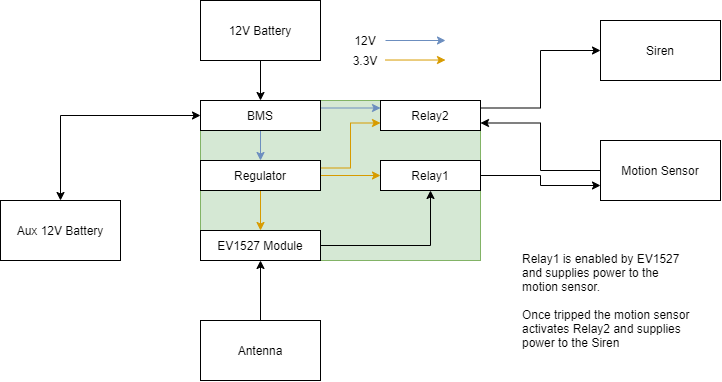
The draw.io diagram fbd/EV1527.png in runbren/keyless-security, before a commit. Source tidied: cells renumbered, new cells last; positions are measured from the earlier drawing's top-left corner, leaving out a move shared by most shapes. The source it was exported from:
```xml
<mxGraphModel>
  <root>
    <mxCell id="0" />
    <mxCell id="1" parent="0" />
    <mxCell id="2" value="Siren" style="rounded=0;whiteSpace=wrap;html=1;" parent="1" vertex="1">
      <mxGeometry x="600" y="20" width="120" height="60" as="geometry" />
    </mxCell>
    <mxCell id="3" style="edgeStyle=orthogonalEdgeStyle;rounded=0;jettySize=auto;html=1;exitX=0.5;exitY=1;exitDx=0;exitDy=0;entryX=0.5;entryY=0;entryDx=0;entryDy=0;startArrow=none;startFill=0;endArrow=classic;endFill=1;" parent="1" edge="1" source="4" target="10">
      <mxGeometry relative="1" as="geometry" />
    </mxCell>
    <mxCell id="4" value="12V Battery" style="rounded=0;whiteSpace=wrap;html=1;" parent="1" vertex="1">
      <mxGeometry x="200" width="120" height="60" as="geometry" />
    </mxCell>
    <mxCell id="5" value="Aux 12V Battery" style="rounded=0;whiteSpace=wrap;html=1;" parent="1" vertex="1">
      <mxGeometry y="200" width="120" height="60" as="geometry" />
    </mxCell>
    <mxCell id="6" style="group;" parent="1" vertex="1">
      <mxGeometry x="200" y="100" width="280" height="160" as="geometry" />
    </mxCell>
    <mxCell id="7" style="rounded=0;whiteSpace=wrap;html=1;fillColor=#d5e8d4;strokeColor=#82b366;" parent="6" vertex="1">
      <mxGeometry width="280" height="160" as="geometry" />
    </mxCell>
    <mxCell id="8" style="edgeStyle=orthogonalEdgeStyle;rounded=0;jettySize=auto;html=1;exitX=1;exitY=0.25;exitDx=0;exitDy=0;entryX=0;entryY=0.25;entryDx=0;entryDy=0;startArrow=none;startFill=0;endArrow=classic;endFill=1;fillColor=#dae8fc;strokeColor=#6c8ebf;" parent="6" edge="1" source="10" target="12">
      <mxGeometry relative="1" as="geometry" />
    </mxCell>
    <mxCell id="9" style="edgeStyle=orthogonalEdgeStyle;rounded=0;jettySize=auto;html=1;exitX=0.5;exitY=1;exitDx=0;exitDy=0;entryX=0.5;entryY=0;entryDx=0;entryDy=0;startArrow=none;startFill=0;endArrow=classic;endFill=1;fillColor=#dae8fc;strokeColor=#6c8ebf;" parent="6" edge="1" source="10" target="18">
      <mxGeometry relative="1" as="geometry" />
    </mxCell>
    <mxCell id="10" value="BMS" style="rounded=0;whiteSpace=wrap;html=1;" parent="6" vertex="1">
      <mxGeometry width="120" height="30" as="geometry" />
    </mxCell>
    <mxCell id="11" value="Relay1" style="rounded=0;whiteSpace=wrap;html=1;" parent="6" vertex="1">
      <mxGeometry x="180" y="60" width="100" height="30" as="geometry" />
    </mxCell>
    <mxCell id="12" value="Relay2" style="rounded=0;whiteSpace=wrap;html=1;" parent="6" vertex="1">
      <mxGeometry x="180" width="100" height="30" as="geometry" />
    </mxCell>
    <mxCell id="13" style="edgeStyle=orthogonalEdgeStyle;rounded=0;jettySize=auto;html=1;exitX=1;exitY=0.5;exitDx=0;exitDy=0;entryX=0.5;entryY=1;entryDx=0;entryDy=0;startArrow=none;startFill=0;endArrow=classic;endFill=1;" parent="6" edge="1" source="14" target="11">
      <mxGeometry relative="1" as="geometry" />
    </mxCell>
    <mxCell id="14" value="EV1527 Module" style="rounded=0;whiteSpace=wrap;html=1;" parent="6" vertex="1">
      <mxGeometry y="130" width="120" height="30" as="geometry" />
    </mxCell>
    <mxCell id="15" style="edgeStyle=orthogonalEdgeStyle;rounded=0;jettySize=auto;html=1;exitX=1;exitY=0.25;exitDx=0;exitDy=0;entryX=0;entryY=0.75;entryDx=0;entryDy=0;startArrow=none;startFill=0;endArrow=classic;endFill=1;fillColor=#ffe6cc;strokeColor=#d79b00;" parent="6" edge="1" source="18" target="12">
      <mxGeometry relative="1" as="geometry" />
    </mxCell>
    <mxCell id="16" style="edgeStyle=orthogonalEdgeStyle;rounded=0;jettySize=auto;html=1;exitX=1;exitY=0.5;exitDx=0;exitDy=0;entryX=0;entryY=0.5;entryDx=0;entryDy=0;startArrow=none;startFill=0;endArrow=classic;endFill=1;fillColor=#ffe6cc;strokeColor=#d79b00;" parent="6" edge="1" source="18" target="11">
      <mxGeometry relative="1" as="geometry" />
    </mxCell>
    <mxCell id="17" style="edgeStyle=orthogonalEdgeStyle;rounded=0;jettySize=auto;html=1;exitX=0.5;exitY=1;exitDx=0;exitDy=0;entryX=0.5;entryY=0;entryDx=0;entryDy=0;startArrow=none;startFill=0;endArrow=classic;endFill=1;fillColor=#ffe6cc;strokeColor=#d79b00;" parent="6" edge="1" source="18" target="14">
      <mxGeometry relative="1" as="geometry" />
    </mxCell>
    <mxCell id="18" value="Regulator" style="rounded=0;whiteSpace=wrap;html=1;" parent="6" vertex="1">
      <mxGeometry y="60" width="120" height="30" as="geometry" />
    </mxCell>
    <mxCell id="19" value="Antenna" style="rounded=0;whiteSpace=wrap;html=1;" parent="1" vertex="1">
      <mxGeometry x="200" y="320" width="120" height="60" as="geometry" />
    </mxCell>
    <mxCell id="20" style="edgeStyle=orthogonalEdgeStyle;rounded=0;jettySize=auto;html=1;exitX=0.5;exitY=1;exitDx=0;exitDy=0;entryX=0.5;entryY=0;entryDx=0;entryDy=0;endArrow=none;endFill=0;startArrow=classic;startFill=1;" parent="1" edge="1" source="14" target="19">
      <mxGeometry relative="1" as="geometry" />
    </mxCell>
    <mxCell id="21" style="edgeStyle=orthogonalEdgeStyle;rounded=0;jettySize=auto;html=1;exitX=0;exitY=0.5;exitDx=0;exitDy=0;entryX=1;entryY=0.75;entryDx=0;entryDy=0;startArrow=none;startFill=0;endArrow=classic;endFill=1;" parent="1" edge="1" source="22" target="12">
      <mxGeometry relative="1" as="geometry" />
    </mxCell>
    <mxCell id="22" value="Motion Sensor" style="rounded=0;whiteSpace=wrap;html=1;" parent="1" vertex="1">
      <mxGeometry x="600" y="140" width="120" height="60" as="geometry" />
    </mxCell>
    <mxCell id="23" style="edgeStyle=orthogonalEdgeStyle;rounded=0;jettySize=auto;html=1;exitX=0;exitY=0.5;exitDx=0;exitDy=0;entryX=0.5;entryY=0;entryDx=0;entryDy=0;startArrow=classic;startFill=1;endArrow=classic;endFill=1;" parent="1" edge="1" source="10" target="5">
      <mxGeometry relative="1" as="geometry" />
    </mxCell>
    <mxCell id="24" style="edgeStyle=orthogonalEdgeStyle;rounded=0;jettySize=auto;html=1;exitX=1;exitY=0.25;exitDx=0;exitDy=0;entryX=0;entryY=0.5;entryDx=0;entryDy=0;startArrow=none;startFill=0;endArrow=classic;endFill=1;" parent="1" edge="1" source="12" target="2">
      <mxGeometry relative="1" as="geometry" />
    </mxCell>
    <mxCell id="25" style="edgeStyle=orthogonalEdgeStyle;rounded=0;jettySize=auto;html=1;exitX=1;exitY=0.5;exitDx=0;exitDy=0;entryX=0;entryY=0.75;entryDx=0;entryDy=0;startArrow=none;startFill=0;endArrow=classic;endFill=1;" parent="1" edge="1" source="11" target="22">
      <mxGeometry relative="1" as="geometry" />
    </mxCell>
    <mxCell id="26" value="Relay1 is enabled by EV1527 and supplies power to the motion sensor.&lt;br&gt;&lt;br&gt;Once tripped the motion sensor activates Relay2 and supplies power to the Siren" style="text;html=1;strokeColor=none;fillColor=none;align=left;verticalAlign=middle;whiteSpace=wrap;rounded=0;" parent="1" vertex="1">
      <mxGeometry x="520" y="250" width="170" height="100" as="geometry" />
    </mxCell>
    <mxCell id="27" style="edgeStyle=orthogonalEdgeStyle;rounded=0;orthogonalLoop=1;jettySize=auto;html=1;exitX=1;exitY=0.25;exitDx=0;exitDy=0;entryX=0;entryY=0.25;entryDx=0;entryDy=0;startArrow=none;startFill=0;endArrow=classic;endFill=1;fillColor=#dae8fc;strokeColor=#6c8ebf;" parent="1" edge="1">
      <mxGeometry relative="1" as="geometry">
        <mxPoint x="385" y="40" as="sourcePoint" />
        <mxPoint x="445" y="40" as="targetPoint" />
      </mxGeometry>
    </mxCell>
    <mxCell id="28" style="edgeStyle=orthogonalEdgeStyle;rounded=0;orthogonalLoop=1;jettySize=auto;html=1;exitX=1;exitY=0.5;exitDx=0;exitDy=0;entryX=0;entryY=0.5;entryDx=0;entryDy=0;startArrow=none;startFill=0;endArrow=classic;endFill=1;fillColor=#ffe6cc;strokeColor=#d79b00;" parent="1" edge="1">
      <mxGeometry relative="1" as="geometry">
        <mxPoint x="385" y="59.5" as="sourcePoint" />
        <mxPoint x="445" y="59.5" as="targetPoint" />
      </mxGeometry>
    </mxCell>
    <mxCell id="29" value="12V" style="text;html=1;strokeColor=none;fillColor=none;align=center;verticalAlign=middle;whiteSpace=wrap;rounded=0;" parent="1" vertex="1">
      <mxGeometry x="345" y="30" width="40" height="20" as="geometry" />
    </mxCell>
    <mxCell id="30" value="3.3V" style="text;html=1;strokeColor=none;fillColor=none;align=center;verticalAlign=middle;whiteSpace=wrap;rounded=0;" parent="1" vertex="1">
      <mxGeometry x="345" y="50" width="40" height="20" as="geometry" />
    </mxCell>
  </root>
</mxGraphModel>
```
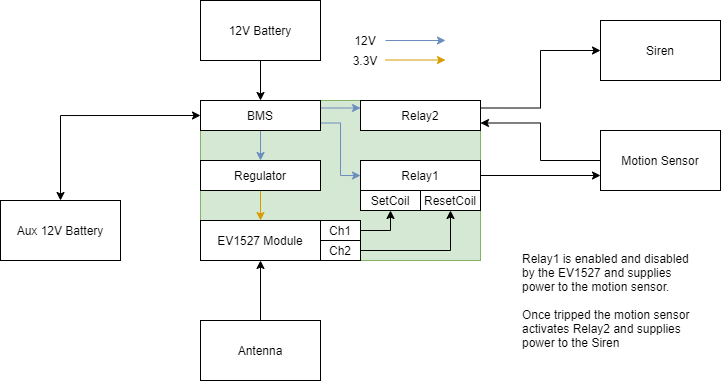
After the commit.

The edit, as a diff of the source:
```diff
@@ -26,33 +26,45 @@
     <mxCell id="9" style="edgeStyle=orthogonalEdgeStyle;rounded=0;jettySize=auto;html=1;exitX=0.5;exitY=1;exitDx=0;exitDy=0;entryX=0.5;entryY=0;entryDx=0;entryDy=0;startArrow=none;startFill=0;endArrow=classic;endFill=1;fillColor=#dae8fc;strokeColor=#6c8ebf;" parent="6" edge="1" source="10" target="18">
       <mxGeometry relative="1" as="geometry" />
     </mxCell>
+    <mxCell id="31" style="edgeStyle=orthogonalEdgeStyle;rounded=0;jettySize=auto;html=1;exitX=1;exitY=0.75;exitDx=0;exitDy=0;entryX=0;entryY=0.5;entryDx=0;entryDy=0;fillColor=#dae8fc;strokeColor=#6c8ebf;" parent="6" edge="1" source="10" target="11">
+      <mxGeometry relative="1" as="geometry" />
+    </mxCell>
     <mxCell id="10" value="BMS" style="rounded=0;whiteSpace=wrap;html=1;" parent="6" vertex="1">
       <mxGeometry width="120" height="30" as="geometry" />
     </mxCell>
     <mxCell id="11" value="Relay1" style="rounded=0;whiteSpace=wrap;html=1;" parent="6" vertex="1">
-      <mxGeometry x="180" y="60" width="100" height="30" as="geometry" />
+      <mxGeometry x="160" y="60" width="120" height="30" as="geometry" />
     </mxCell>
     <mxCell id="12" value="Relay2" style="rounded=0;whiteSpace=wrap;html=1;" parent="6" vertex="1">
-      <mxGeometry x="180" width="100" height="30" as="geometry" />
+      <mxGeometry x="160" width="120" height="30" as="geometry" />
     </mxCell>
-    <mxCell id="13" style="edgeStyle=orthogonalEdgeStyle;rounded=0;jettySize=auto;html=1;exitX=1;exitY=0.5;exitDx=0;exitDy=0;entryX=0.5;entryY=1;entryDx=0;entryDy=0;startArrow=none;startFill=0;endArrow=classic;endFill=1;" parent="6" edge="1" source="14" target="11">
+    <mxCell id="13" style="edgeStyle=orthogonalEdgeStyle;rounded=0;jettySize=auto;html=1;exitX=1;exitY=0.5;exitDx=0;exitDy=0;entryX=0.5;entryY=1;entryDx=0;entryDy=0;startArrow=none;startFill=0;endArrow=classic;endFill=1;" parent="6" edge="1" source="32" target="35">
       <mxGeometry relative="1" as="geometry" />
     </mxCell>
     <mxCell id="14" value="EV1527 Module" style="rounded=0;whiteSpace=wrap;html=1;" parent="6" vertex="1">
-      <mxGeometry y="130" width="120" height="30" as="geometry" />
+      <mxGeometry y="120" width="120" height="40" as="geometry" />
     </mxCell>
-    <mxCell id="15" style="edgeStyle=orthogonalEdgeStyle;rounded=0;jettySize=auto;html=1;exitX=1;exitY=0.25;exitDx=0;exitDy=0;entryX=0;entryY=0.75;entryDx=0;entryDy=0;startArrow=none;startFill=0;endArrow=classic;endFill=1;fillColor=#ffe6cc;strokeColor=#d79b00;" parent="6" edge="1" source="18" target="12">
-      <mxGeometry relative="1" as="geometry" />
-    </mxCell>
-    <mxCell id="16" style="edgeStyle=orthogonalEdgeStyle;rounded=0;jettySize=auto;html=1;exitX=1;exitY=0.5;exitDx=0;exitDy=0;entryX=0;entryY=0.5;entryDx=0;entryDy=0;startArrow=none;startFill=0;endArrow=classic;endFill=1;fillColor=#ffe6cc;strokeColor=#d79b00;" parent="6" edge="1" source="18" target="11">
-      <mxGeometry relative="1" as="geometry" />
-    </mxCell>
     <mxCell id="17" style="edgeStyle=orthogonalEdgeStyle;rounded=0;jettySize=auto;html=1;exitX=0.5;exitY=1;exitDx=0;exitDy=0;entryX=0.5;entryY=0;entryDx=0;entryDy=0;startArrow=none;startFill=0;endArrow=classic;endFill=1;fillColor=#ffe6cc;strokeColor=#d79b00;" parent="6" edge="1" source="18" target="14">
       <mxGeometry relative="1" as="geometry" />
     </mxCell>
     <mxCell id="18" value="Regulator" style="rounded=0;whiteSpace=wrap;html=1;" parent="6" vertex="1">
       <mxGeometry y="60" width="120" height="30" as="geometry" />
     </mxCell>
+    <mxCell id="32" value="Ch1" style="rounded=0;whiteSpace=wrap;html=1;" parent="6" vertex="1">
+      <mxGeometry x="120" y="120" width="40" height="20" as="geometry" />
+    </mxCell>
+    <mxCell id="33" style="edgeStyle=orthogonalEdgeStyle;rounded=0;jettySize=auto;html=1;exitX=1;exitY=0.5;exitDx=0;exitDy=0;entryX=0.5;entryY=1;entryDx=0;entryDy=0;" parent="6" edge="1" source="34" target="36">
+      <mxGeometry relative="1" as="geometry" />
+    </mxCell>
+    <mxCell id="34" value="Ch2" style="rounded=0;whiteSpace=wrap;html=1;" parent="6" vertex="1">
+      <mxGeometry x="120" y="140" width="40" height="20" as="geometry" />
+    </mxCell>
+    <mxCell id="35" value="SetCoil" style="rounded=0;whiteSpace=wrap;html=1;" parent="6" vertex="1">
+      <mxGeometry x="160" y="90" width="60" height="20" as="geometry" />
+    </mxCell>
+    <mxCell id="36" value="ResetCoil" style="rounded=0;whiteSpace=wrap;html=1;" parent="6" vertex="1">
+      <mxGeometry x="220" y="90" width="60" height="20" as="geometry" />
+    </mxCell>
     <mxCell id="19" value="Antenna" style="rounded=0;whiteSpace=wrap;html=1;" parent="1" vertex="1">
       <mxGeometry x="200" y="320" width="120" height="60" as="geometry" />
     </mxCell>
@@ -63,7 +75,7 @@
       <mxGeometry relative="1" as="geometry" />
     </mxCell>
     <mxCell id="22" value="Motion Sensor" style="rounded=0;whiteSpace=wrap;html=1;" parent="1" vertex="1">
-      <mxGeometry x="600" y="140" width="120" height="60" as="geometry" />
+      <mxGeometry x="600" y="130" width="120" height="60" as="geometry" />
     </mxCell>
     <mxCell id="23" style="edgeStyle=orthogonalEdgeStyle;rounded=0;jettySize=auto;html=1;exitX=0;exitY=0.5;exitDx=0;exitDy=0;entryX=0.5;entryY=0;entryDx=0;entryDy=0;startArrow=classic;startFill=1;endArrow=classic;endFill=1;" parent="1" edge="1" source="10" target="5">
       <mxGeometry relative="1" as="geometry" />
@@ -74,7 +86,7 @@
     <mxCell id="25" style="edgeStyle=orthogonalEdgeStyle;rounded=0;jettySize=auto;html=1;exitX=1;exitY=0.5;exitDx=0;exitDy=0;entryX=0;entryY=0.75;entryDx=0;entryDy=0;startArrow=none;startFill=0;endArrow=classic;endFill=1;" parent="1" edge="1" source="11" target="22">
       <mxGeometry relative="1" as="geometry" />
     </mxCell>
-    <mxCell id="26" value="Relay1 is enabled by EV1527 and supplies power to the motion sensor.&lt;br&gt;&lt;br&gt;Once tripped the motion sensor activates Relay2 and supplies power to the Siren" style="text;html=1;strokeColor=none;fillColor=none;align=left;verticalAlign=middle;whiteSpace=wrap;rounded=0;" parent="1" vertex="1">
+    <mxCell id="26" value="Relay1 is enabled and disabled by the EV1527 and supplies power to the motion sensor.&lt;br&gt;&lt;br&gt;Once tripped the motion sensor activates Relay2 and supplies power to the Siren" style="text;html=1;strokeColor=none;fillColor=none;align=left;verticalAlign=middle;whiteSpace=wrap;rounded=0;" parent="1" vertex="1">
       <mxGeometry x="520" y="250" width="170" height="100" as="geometry" />
     </mxCell>
     <mxCell id="27" style="edgeStyle=orthogonalEdgeStyle;rounded=0;orthogonalLoop=1;jettySize=auto;html=1;exitX=1;exitY=0.25;exitDx=0;exitDy=0;entryX=0;entryY=0.25;entryDx=0;entryDy=0;startArrow=none;startFill=0;endArrow=classic;endFill=1;fillColor=#dae8fc;strokeColor=#6c8ebf;" parent="1" edge="1">
```
